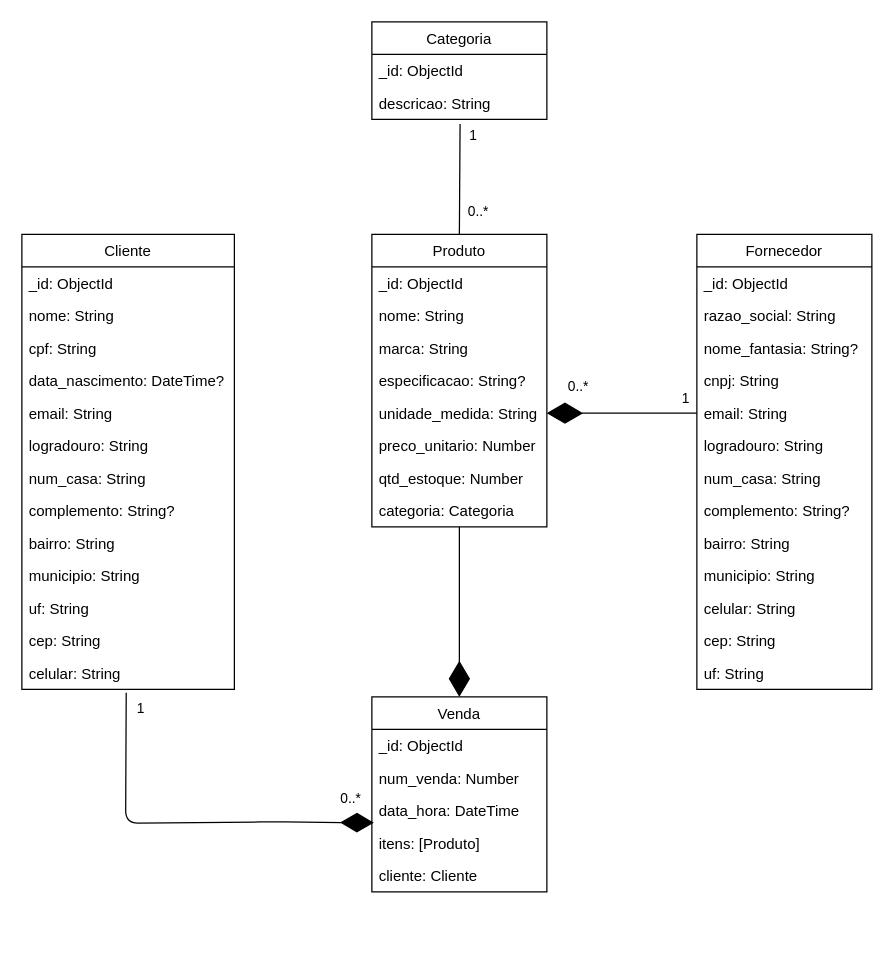
faustocintra/bn-not-2024-2 keeps this draw.io diagram as docs/NoAM.drawio. Above is the earlier version. Source tidied: cells renumbered, new cells numbered last; positions are measured from the earlier drawing's top-left corner, leaving out a move shared by most shapes. Both pictures are drawn from the tidied source at 125%, with x=0, y=0 at pixel (21, 21).
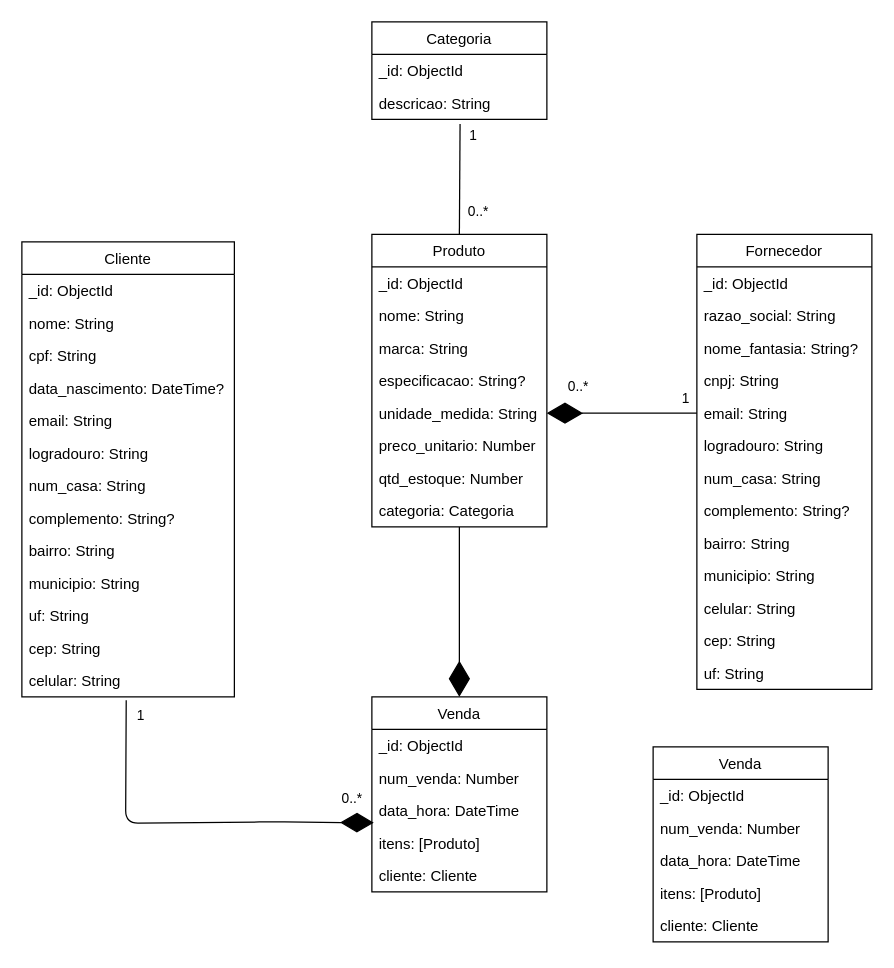
The same diagram, later.

The edit, as a diff of the source:
```diff
@@
     <mxCell id="2" value="Cliente" style="swimlane;fontStyle=0;horizontal=1;startSize=26;fillColor=none;" parent="1" vertex="1">
-      <mxGeometry y="170" width="170" height="364" as="geometry" />
+      <mxGeometry y="176" width="170" height="364" as="geometry" />
     </mxCell>
@@
+    <mxCell id="58" value="Venda" style="swimlane;fontStyle=0;horizontal=1;startSize=26;fillColor=none;" parent="1" vertex="1">
+      <mxGeometry x="505" y="580" width="140" height="156" as="geometry" />
+    </mxCell>
+    <mxCell id="59" value="_id: ObjectId&#10;" style="text;strokeColor=none;fillColor=none;align=left;verticalAlign=top;spacingLeft=4;spacingRight=4;overflow=hidden;" parent="58" vertex="1">
+      <mxGeometry y="26" width="140" height="26" as="geometry" />
+    </mxCell>
+    <mxCell id="60" value="num_venda: Number" style="text;strokeColor=none;fillColor=none;align=left;verticalAlign=top;spacingLeft=4;spacingRight=4;overflow=hidden;" parent="58" vertex="1">
+      <mxGeometry y="52" width="140" height="26" as="geometry" />
+    </mxCell>
+    <mxCell id="61" value="data_hora: DateTime" style="text;strokeColor=none;fillColor=none;align=left;verticalAlign=top;spacingLeft=4;spacingRight=4;overflow=hidden;" parent="58" vertex="1">
+      <mxGeometry y="78" width="140" height="26" as="geometry" />
+    </mxCell>
+    <mxCell id="62" value="itens: [Produto]" style="text;strokeColor=none;fillColor=none;align=left;verticalAlign=top;spacingLeft=4;spacingRight=4;overflow=hidden;" parent="58" vertex="1">
+      <mxGeometry y="104" width="140" height="26" as="geometry" />
+    </mxCell>
+    <mxCell id="63" value="cliente: Cliente" style="text;strokeColor=none;fillColor=none;align=left;verticalAlign=top;spacingLeft=4;spacingRight=4;overflow=hidden;" parent="58" vertex="1">
+      <mxGeometry y="130" width="140" height="26" as="geometry" />
+    </mxCell>
```
